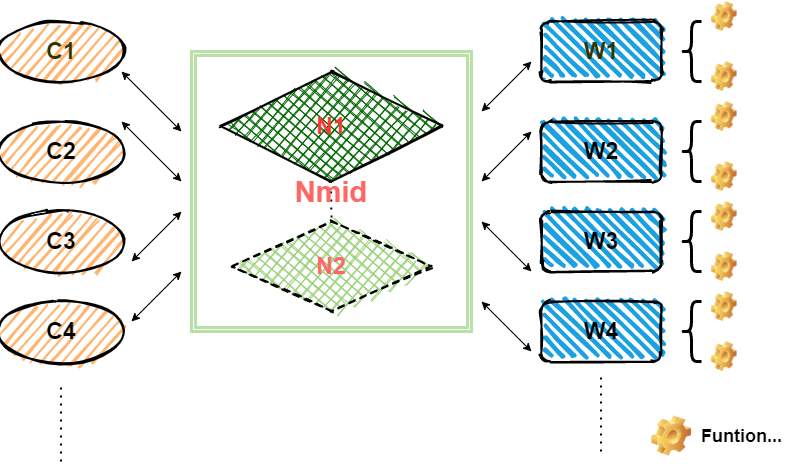
This is img/nmid_workerflow.png from HughNian/HughNian.github.io, a draw.io export, as it was before one commit. Source tidied: cells renumbered, new cells last; positions are measured from the earlier drawing's top-left corner, leaving out a move shared by most shapes. The source it was exported from:
```xml
<mxGraphModel>
  <root>
    <mxCell id="0" />
    <mxCell id="1" parent="0" />
    <mxCell id="2" style="endArrow=none;dashed=1;html=1;dashPattern=1 3;strokeWidth=2;" parent="1" edge="1">
      <mxGeometry relative="1" as="geometry">
        <mxPoint x="329.5" y="190" as="sourcePoint" />
        <mxPoint x="330" y="220" as="targetPoint" />
      </mxGeometry>
    </mxCell>
    <mxCell id="3" value="&lt;b&gt;&lt;font style=&quot;font-size: 23px&quot; color=&quot;#ff3333&quot;&gt;N1&lt;/font&gt;&lt;/b&gt;" style="rhombus;whiteSpace=wrap;html=1;strokeWidth=2;fillWeight=-1;hachureGap=8;fillStyle=cross-hatch;fillColor=#006600;sketch=1;" parent="1" vertex="1">
      <mxGeometry x="220" y="70" width="220" height="110" as="geometry" />
    </mxCell>
    <mxCell id="4" value="&lt;b&gt;&lt;font style=&quot;font-size: 23px&quot; color=&quot;#333300&quot;&gt;W1&lt;/font&gt;&lt;/b&gt;" style="rounded=1;whiteSpace=wrap;html=1;strokeWidth=2;fillWeight=4;hachureGap=8;hachureAngle=45;fillColor=#1ba1e2;sketch=1;" parent="1" vertex="1">
      <mxGeometry x="540" y="20" width="120" height="60" as="geometry" />
    </mxCell>
    <mxCell id="5" value="&lt;span style=&quot;font-size: 23px&quot;&gt;&lt;b&gt;W2&lt;/b&gt;&lt;/span&gt;" style="rounded=1;whiteSpace=wrap;html=1;strokeWidth=2;fillWeight=4;hachureGap=8;hachureAngle=45;fillColor=#1ba1e2;sketch=1;" parent="1" vertex="1">
      <mxGeometry x="540" y="120" width="120" height="60" as="geometry" />
    </mxCell>
    <mxCell id="6" value="&lt;b&gt;&lt;font style=&quot;font-size: 23px&quot;&gt;W3&lt;/font&gt;&lt;/b&gt;" style="rounded=1;whiteSpace=wrap;html=1;strokeWidth=2;fillWeight=4;hachureGap=8;hachureAngle=45;fillColor=#1ba1e2;sketch=1;" parent="1" vertex="1">
      <mxGeometry x="540" y="210" width="120" height="60" as="geometry" />
    </mxCell>
    <mxCell id="7" value="&lt;b&gt;&lt;font style=&quot;font-size: 23px&quot;&gt;W4&lt;/font&gt;&lt;/b&gt;" style="rounded=1;whiteSpace=wrap;html=1;strokeWidth=2;fillWeight=4;hachureGap=8;hachureAngle=45;fillColor=#1ba1e2;sketch=1;" parent="1" vertex="1">
      <mxGeometry x="540" y="300" width="120" height="60" as="geometry" />
    </mxCell>
    <mxCell id="8" value="&lt;b&gt;&lt;font style=&quot;font-size: 23px&quot; color=&quot;#333300&quot;&gt;C1&lt;/font&gt;&lt;/b&gt;" style="ellipse;whiteSpace=wrap;html=1;strokeWidth=2;fillWeight=2;hachureGap=8;fillStyle=auto;sketch=1;fillColor=#FFB570;" parent="1" vertex="1">
      <mxGeometry y="20" width="120" height="60" as="geometry" />
    </mxCell>
    <mxCell id="9" value="&lt;b&gt;&lt;font style=&quot;font-size: 23px&quot;&gt;C2&lt;/font&gt;&lt;/b&gt;" style="ellipse;whiteSpace=wrap;html=1;strokeWidth=2;fillWeight=2;hachureGap=8;fillStyle=auto;sketch=1;fillColor=#FFB570;" parent="1" vertex="1">
      <mxGeometry y="120" width="120" height="60" as="geometry" />
    </mxCell>
    <mxCell id="10" value="&lt;b&gt;&lt;font style=&quot;font-size: 23px&quot;&gt;C3&lt;/font&gt;&lt;/b&gt;" style="ellipse;whiteSpace=wrap;html=1;strokeWidth=2;fillWeight=2;hachureGap=8;fillStyle=auto;sketch=1;fillColor=#FFB570;" parent="1" vertex="1">
      <mxGeometry y="210" width="120" height="60" as="geometry" />
    </mxCell>
    <mxCell id="11" value="&lt;b&gt;&lt;font style=&quot;font-size: 23px&quot;&gt;C4&lt;/font&gt;&lt;/b&gt;" style="ellipse;whiteSpace=wrap;html=1;strokeWidth=2;fillWeight=2;hachureGap=8;fillStyle=auto;sketch=1;fillColor=#FFB570;" parent="1" vertex="1">
      <mxGeometry y="300" width="120" height="60" as="geometry" />
    </mxCell>
    <mxCell id="12" value="&lt;b&gt;&lt;font style=&quot;font-size: 23px&quot; color=&quot;#ff6666&quot;&gt;N2&lt;/font&gt;&lt;/b&gt;" style="rhombus;whiteSpace=wrap;html=1;strokeWidth=2;fillWeight=-1;hachureGap=8;fillStyle=cross-hatch;sketch=1;dashed=1;fillColor=#97D077;" parent="1" vertex="1">
      <mxGeometry x="230" y="220" width="200" height="90" as="geometry" />
    </mxCell>
    <mxCell id="13" style="shape=curlyBracket;whiteSpace=wrap;html=1;rounded=1;fillColor=#97D077;strokeWidth=3;" parent="1" vertex="1">
      <mxGeometry x="680" y="20" width="20" height="60" as="geometry" />
    </mxCell>
    <mxCell id="14" style="shape=curlyBracket;whiteSpace=wrap;html=1;rounded=1;fillColor=#97D077;strokeWidth=3;" parent="1" vertex="1">
      <mxGeometry x="680" y="120" width="20" height="60" as="geometry" />
    </mxCell>
    <mxCell id="15" style="shape=curlyBracket;whiteSpace=wrap;html=1;rounded=1;fillColor=#97D077;strokeWidth=3;" parent="1" vertex="1">
      <mxGeometry x="680" y="210" width="20" height="60" as="geometry" />
    </mxCell>
    <mxCell id="16" style="shape=curlyBracket;whiteSpace=wrap;html=1;rounded=1;fillColor=#97D077;strokeWidth=3;" parent="1" vertex="1">
      <mxGeometry x="680" y="300" width="20" height="60" as="geometry" />
    </mxCell>
    <mxCell id="17" value="&lt;b&gt;&lt;font style=&quot;font-size: 29px&quot; color=&quot;#ff6666&quot;&gt;Nmid&lt;/font&gt;&lt;/b&gt;" style="shape=ext;double=1;whiteSpace=wrap;html=1;strokeWidth=3;gradientColor=#ffffff;fillColor=none;strokeColor=#B9E0A5;" parent="1" vertex="1">
      <mxGeometry x="190" y="50" width="280" height="280" as="geometry" />
    </mxCell>
    <mxCell id="18" style="endArrow=none;dashed=1;html=1;dashPattern=1 3;strokeWidth=2;" parent="1" edge="1">
      <mxGeometry relative="1" as="geometry">
        <mxPoint x="59.5" y="460" as="sourcePoint" />
        <mxPoint x="59.5" y="380" as="targetPoint" />
      </mxGeometry>
    </mxCell>
    <mxCell id="19" style="endArrow=none;dashed=1;html=1;dashPattern=1 3;strokeWidth=2;" parent="1" edge="1">
      <mxGeometry relative="1" as="geometry">
        <mxPoint x="599.5" y="450" as="sourcePoint" />
        <mxPoint x="599.5" y="370" as="targetPoint" />
      </mxGeometry>
    </mxCell>
    <mxCell id="20" style="endArrow=classic;startArrow=classic;html=1;" parent="1" edge="1">
      <mxGeometry relative="1" as="geometry">
        <mxPoint x="130" y="320" as="sourcePoint" />
        <mxPoint x="180" y="270" as="targetPoint" />
      </mxGeometry>
    </mxCell>
    <mxCell id="21" style="endArrow=classic;startArrow=classic;html=1;" parent="1" edge="1">
      <mxGeometry relative="1" as="geometry">
        <mxPoint x="130" y="260" as="sourcePoint" />
        <mxPoint x="180" y="210" as="targetPoint" />
      </mxGeometry>
    </mxCell>
    <mxCell id="22" style="endArrow=classic;startArrow=classic;html=1;" parent="1" edge="1">
      <mxGeometry relative="1" as="geometry">
        <mxPoint x="120" y="70" as="sourcePoint" />
        <mxPoint x="180" y="130" as="targetPoint" />
      </mxGeometry>
    </mxCell>
    <mxCell id="23" style="endArrow=classic;startArrow=classic;html=1;" parent="1" edge="1">
      <mxGeometry relative="1" as="geometry">
        <mxPoint x="120" y="120" as="sourcePoint" />
        <mxPoint x="180" y="180" as="targetPoint" />
      </mxGeometry>
    </mxCell>
    <mxCell id="24" style="endArrow=classic;startArrow=classic;html=1;" parent="1" edge="1">
      <mxGeometry relative="1" as="geometry">
        <mxPoint x="480" y="110" as="sourcePoint" />
        <mxPoint x="530" y="60" as="targetPoint" />
      </mxGeometry>
    </mxCell>
    <mxCell id="25" style="endArrow=classic;startArrow=classic;html=1;" parent="1" edge="1">
      <mxGeometry relative="1" as="geometry">
        <mxPoint x="480" y="180" as="sourcePoint" />
        <mxPoint x="530" y="130" as="targetPoint" />
      </mxGeometry>
    </mxCell>
    <mxCell id="26" style="endArrow=classic;startArrow=classic;html=1;" parent="1" edge="1">
      <mxGeometry relative="1" as="geometry">
        <mxPoint x="480" y="300" as="sourcePoint" />
        <mxPoint x="530" y="350" as="targetPoint" />
      </mxGeometry>
    </mxCell>
    <mxCell id="27" style="endArrow=classic;startArrow=classic;html=1;" parent="1" edge="1">
      <mxGeometry relative="1" as="geometry">
        <mxPoint x="480" y="220" as="sourcePoint" />
        <mxPoint x="530" y="270" as="targetPoint" />
      </mxGeometry>
    </mxCell>
    <mxCell id="28" style="shape=image;html=1;verticalLabelPosition=bottom;verticalAlign=top;imageAspect=1;image=img/clipart/Gear_128x128.png;strokeColor=#B9E0A5;strokeWidth=3;fillColor=none;gradientColor=#ffffff;" parent="1" vertex="1">
      <mxGeometry x="710" width="25.6" height="30" as="geometry" />
    </mxCell>
    <mxCell id="29" style="shape=image;html=1;verticalLabelPosition=bottom;verticalAlign=top;imageAspect=1;image=img/clipart/Gear_128x128.png;strokeColor=#B9E0A5;strokeWidth=3;fillColor=none;gradientColor=#ffffff;" parent="1" vertex="1">
      <mxGeometry x="710" y="60" width="25.6" height="30" as="geometry" />
    </mxCell>
    <mxCell id="30" style="shape=image;html=1;verticalLabelPosition=bottom;verticalAlign=top;imageAspect=1;image=img/clipart/Gear_128x128.png;strokeColor=#B9E0A5;strokeWidth=3;fillColor=none;gradientColor=#ffffff;" parent="1" vertex="1">
      <mxGeometry x="710" y="100" width="25.6" height="30" as="geometry" />
    </mxCell>
    <mxCell id="31" style="shape=image;html=1;verticalLabelPosition=bottom;verticalAlign=top;imageAspect=1;image=img/clipart/Gear_128x128.png;strokeColor=#B9E0A5;strokeWidth=3;fillColor=none;gradientColor=#ffffff;" parent="1" vertex="1">
      <mxGeometry x="710" y="160" width="25.6" height="30" as="geometry" />
    </mxCell>
    <mxCell id="32" style="shape=image;html=1;verticalLabelPosition=bottom;verticalAlign=top;imageAspect=1;image=img/clipart/Gear_128x128.png;strokeColor=#B9E0A5;strokeWidth=3;fillColor=none;gradientColor=#ffffff;" parent="1" vertex="1">
      <mxGeometry x="710" y="200" width="25.6" height="30" as="geometry" />
    </mxCell>
    <mxCell id="33" style="shape=image;html=1;verticalLabelPosition=bottom;verticalAlign=top;imageAspect=1;image=img/clipart/Gear_128x128.png;strokeColor=#B9E0A5;strokeWidth=3;fillColor=none;gradientColor=#ffffff;" parent="1" vertex="1">
      <mxGeometry x="710" y="250" width="25.6" height="30" as="geometry" />
    </mxCell>
    <mxCell id="34" style="shape=image;html=1;verticalLabelPosition=bottom;verticalAlign=top;imageAspect=1;image=img/clipart/Gear_128x128.png;strokeColor=#B9E0A5;strokeWidth=3;fillColor=none;gradientColor=#ffffff;" parent="1" vertex="1">
      <mxGeometry x="710" y="290" width="25.6" height="30" as="geometry" />
    </mxCell>
    <mxCell id="35" style="shape=image;html=1;verticalLabelPosition=bottom;verticalAlign=top;imageAspect=1;image=img/clipart/Gear_128x128.png;strokeColor=#B9E0A5;strokeWidth=3;fillColor=none;gradientColor=#ffffff;" parent="1" vertex="1">
      <mxGeometry x="710" y="340" width="25.6" height="30" as="geometry" />
    </mxCell>
    <mxCell id="36" style="shape=image;html=1;verticalLabelPosition=bottom;verticalAlign=top;imageAspect=0;image=img/clipart/Gear_128x128.png;strokeColor=#B9E0A5;strokeWidth=3;fillColor=none;gradientColor=#ffffff;" parent="1" vertex="1">
      <mxGeometry x="650" y="414.5" width="40" height="40" as="geometry" />
    </mxCell>
    <mxCell id="37" value="&lt;b&gt;&lt;font style=&quot;font-size: 18px&quot;&gt;Funtion...&lt;/font&gt;&lt;/b&gt;" style="text;html=1;align=center;verticalAlign=middle;" parent="1" vertex="1">
      <mxGeometry x="690" y="425" width="100" height="20" as="geometry" />
    </mxCell>
  </root>
</mxGraphModel>
```
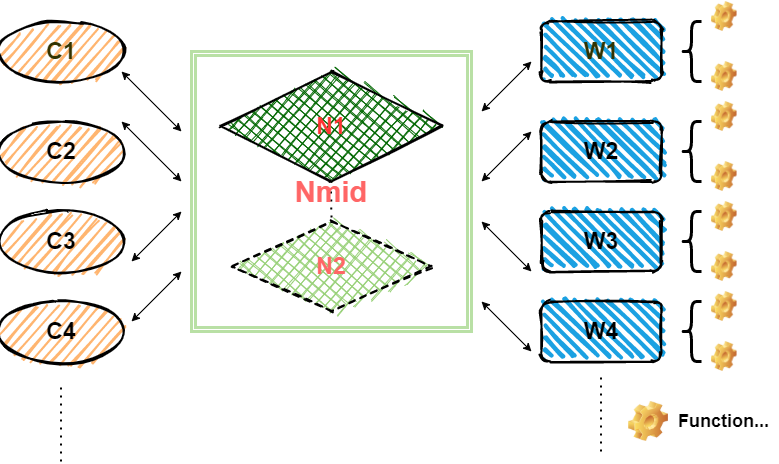
Later version of the same file.

The edit, as a diff of the source:
```diff
@@ -138,10 +138,10 @@
       <mxGeometry x="710" y="340" width="25.6" height="30" as="geometry" />
     </mxCell>
     <mxCell id="36" style="shape=image;html=1;verticalLabelPosition=bottom;verticalAlign=top;imageAspect=0;image=img/clipart/Gear_128x128.png;strokeColor=#B9E0A5;strokeWidth=3;fillColor=none;gradientColor=#ffffff;" parent="1" vertex="1">
-      <mxGeometry x="650" y="414.5" width="40" height="40" as="geometry" />
+      <mxGeometry x="627" y="400" width="40" height="40" as="geometry" />
     </mxCell>
-    <mxCell id="37" value="&lt;b&gt;&lt;font style=&quot;font-size: 18px&quot;&gt;Funtion...&lt;/font&gt;&lt;/b&gt;" style="text;html=1;align=center;verticalAlign=middle;" parent="1" vertex="1">
-      <mxGeometry x="690" y="425" width="100" height="20" as="geometry" />
+    <mxCell id="37" value="&lt;b&gt;&lt;font style=&quot;font-size: 18px&quot;&gt;Function...&lt;/font&gt;&lt;/b&gt;" style="text;html=1;align=center;verticalAlign=middle;" parent="1" vertex="1">
+      <mxGeometry x="667" y="410" width="110" height="20" as="geometry" />
     </mxCell>
   </root>
 </mxGraphModel>
```
